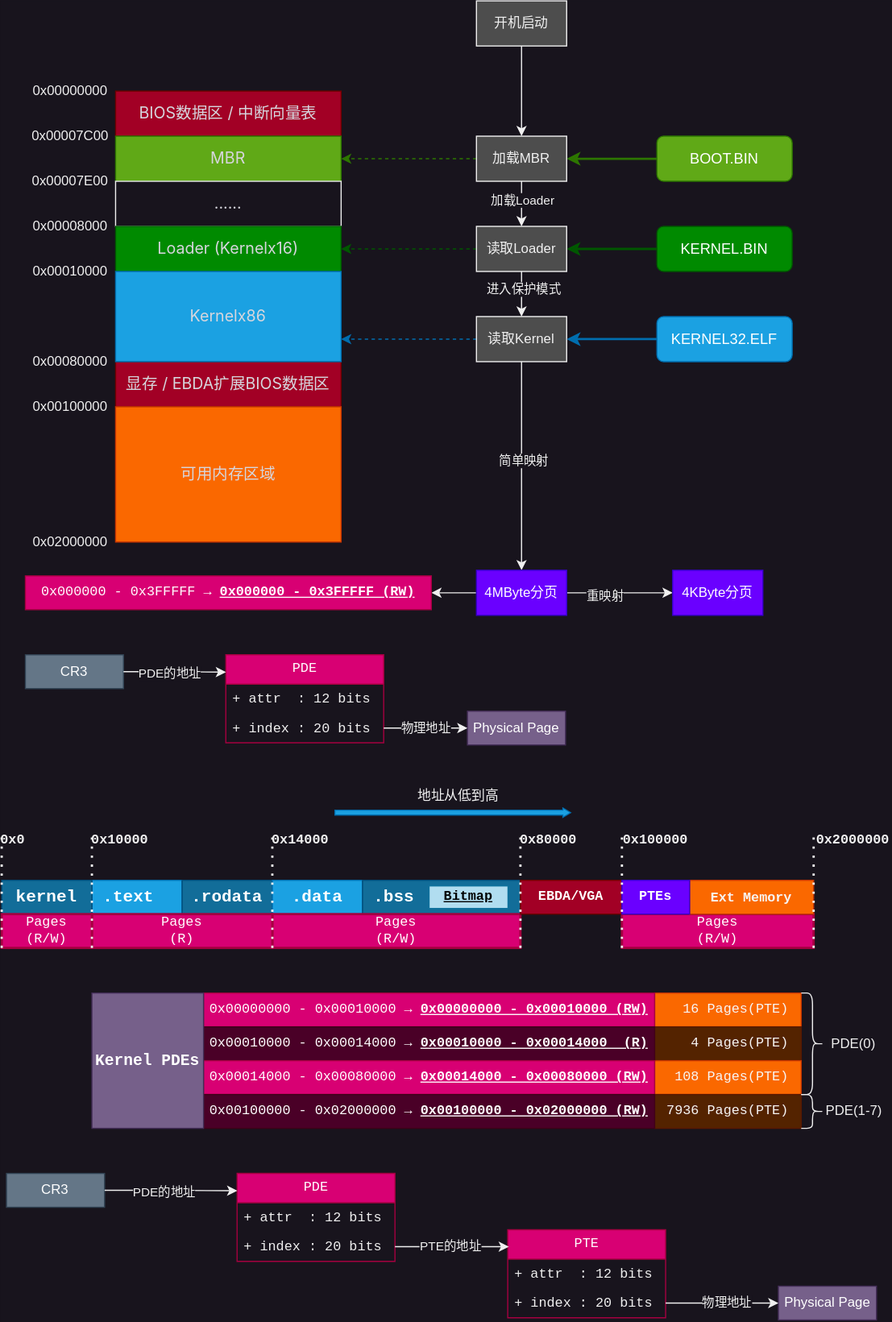
Earlier version of the draw.io export images/内存分页.svg (caoaolong/coding-soul-docs). Source tidied: cells renumbered, new cells last; positions are measured from the earlier drawing's top-left corner, leaving out a move shared by most shapes.
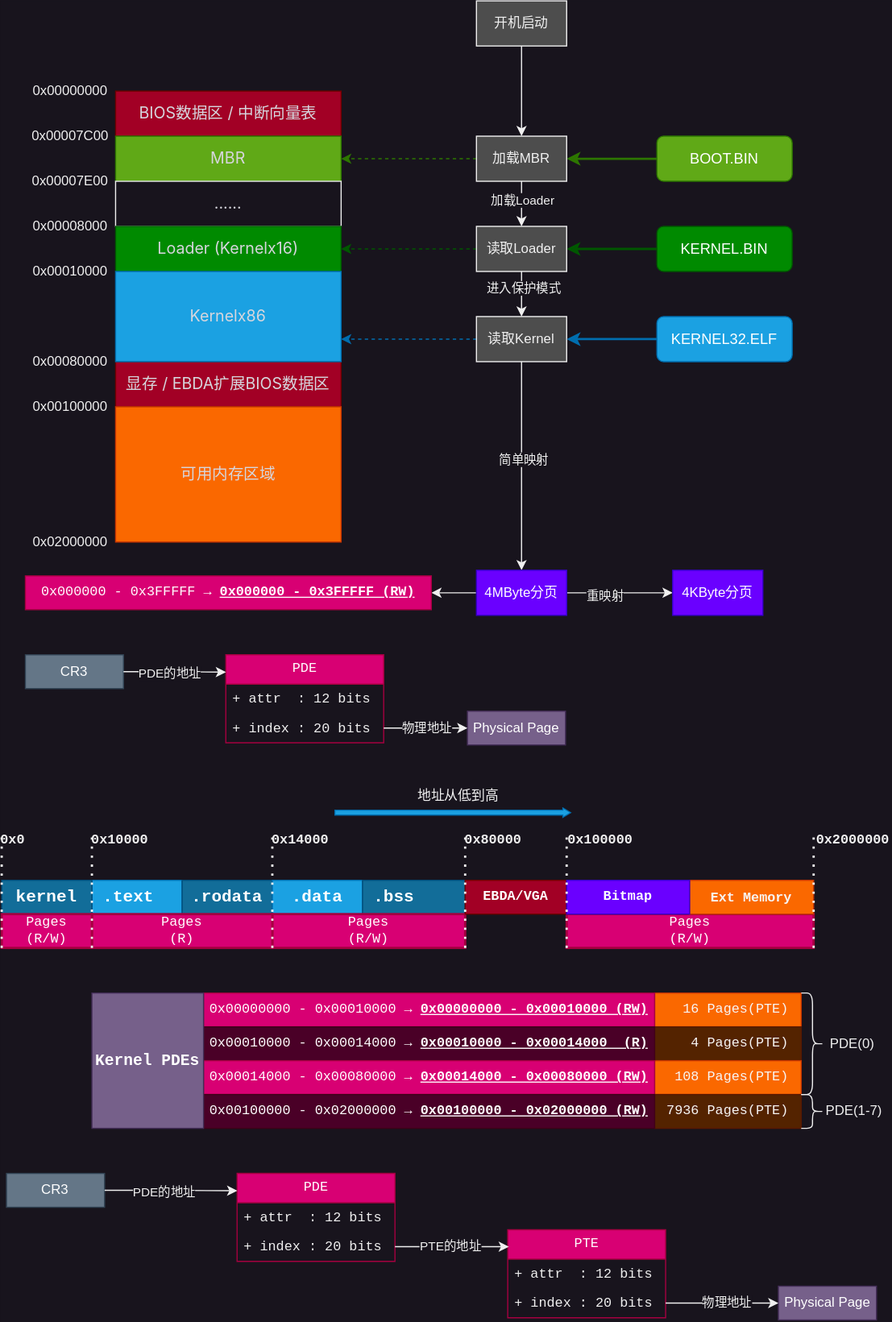
Above is the later version.

Change to the diagram source:
```diff
@@ -3,7 +3,7 @@
     <mxCell id="0" />
     <mxCell id="1" parent="0" />
     <mxCell id="2" value="Pages&lt;div&gt;(&lt;span style=&quot;background-color: initial;&quot;&gt;R/W&lt;/span&gt;&lt;span style=&quot;background-color: initial;&quot;&gt;)&lt;/span&gt;&lt;/div&gt;" style="text;html=1;align=center;verticalAlign=middle;whiteSpace=wrap;rounded=0;fillColor=#d80073;strokeColor=#A50040;fontColor=#ffffff;strokeWidth=2;fontFamily=Courier New;" parent="1" vertex="1">
-      <mxGeometry x="550" y="810" width="170" height="30" as="geometry" />
+      <mxGeometry x="501" y="810" width="219" height="30" as="geometry" />
     </mxCell>
     <mxCell id="3" style="edgeStyle=orthogonalEdgeStyle;rounded=0;jettySize=auto;html=1;entryX=1;entryY=0.5;entryDx=0;entryDy=0;fillColor=#60a917;strokeColor=#2D7600;strokeWidth=2;" parent="1" edge="1" source="4" target="10">
       <mxGeometry relative="1" as="geometry" />
@@ -135,7 +135,7 @@
       <mxGeometry x="240" y="780" width="80" height="30" as="geometry" />
     </mxCell>
     <mxCell id="46" value=".bss" style="rounded=0;whiteSpace=wrap;html=1;fillColor=#126D99;fontColor=#ffffff;strokeColor=#004D7A;fontFamily=Courier New;fontStyle=1;align=left;verticalAlign=middle;fontSize=15;spacingLeft=8;" parent="1" vertex="1">
-      <mxGeometry x="320" y="780" width="140" height="30" as="geometry" />
+      <mxGeometry x="320" y="780" width="91" height="30" as="geometry" />
     </mxCell>
     <mxCell id="47" style="group;" parent="1" vertex="1">
       <mxGeometry x="295" y="690" width="210" height="30" as="geometry" />
@@ -149,9 +149,6 @@
     <mxCell id="49" value="地址从低到高" style="text;html=1;align=center;verticalAlign=middle;whiteSpace=wrap;rounded=0;" parent="47" vertex="1">
       <mxGeometry x="60" width="100" height="30" as="geometry" />
     </mxCell>
-    <mxCell id="50" value="Bitmap" style="rounded=0;whiteSpace=wrap;html=1;fillColor=#b1ddf0;strokeColor=#10739e;fontColor=#000000;fontFamily=Courier New;fontStyle=5;" parent="1" vertex="1">
-      <mxGeometry x="379" y="785" width="70" height="20" as="geometry" />
-    </mxCell>
     <mxCell id="51" value="&lt;font face=&quot;Courier New&quot;&gt;&lt;b&gt;Ext Memory&lt;/b&gt;&lt;/font&gt;" style="rounded=0;whiteSpace=wrap;html=1;fillColor=#fa6800;fontColor=#F7F5F5;strokeColor=#C73500;" parent="1" vertex="1">
       <mxGeometry x="610" y="780" width="110" height="30" as="geometry" />
     </mxCell>
@@ -162,7 +159,7 @@
       <mxGeometry x="80" y="730" width="50" height="30" as="geometry" />
     </mxCell>
     <mxCell id="54" value="Pages&lt;div&gt;(&lt;span style=&quot;background-color: initial;&quot;&gt;R/W&lt;/span&gt;&lt;span style=&quot;background-color: initial;&quot;&gt;)&lt;/span&gt;&lt;/div&gt;" style="text;html=1;align=center;verticalAlign=middle;whiteSpace=wrap;rounded=0;fillColor=#d80073;strokeColor=#A50040;fontColor=#ffffff;strokeWidth=2;fontFamily=Courier New;" parent="1" vertex="1">
-      <mxGeometry x="240" y="810" width="220" height="30" as="geometry" />
+      <mxGeometry x="240" y="810" width="171" height="30" as="geometry" />
     </mxCell>
     <mxCell id="55" value="Pages&lt;div&gt;(R)&lt;/div&gt;" style="text;html=1;align=center;verticalAlign=middle;whiteSpace=wrap;rounded=0;fillColor=#d80073;strokeColor=#A50040;fontColor=#ffffff;strokeWidth=2;fontFamily=Courier New;" parent="1" vertex="1">
       <mxGeometry x="80" y="810" width="160" height="30" as="geometry" />
@@ -192,7 +189,7 @@
       <mxGeometry y="730" width="20" height="30" as="geometry" />
     </mxCell>
     <mxCell id="62" value="&lt;b&gt;0x80000&lt;/b&gt;" style="text;html=1;align=center;verticalAlign=middle;whiteSpace=wrap;rounded=0;fontFamily=Courier New;" parent="1" vertex="1">
-      <mxGeometry x="460" y="730" width="50" height="30" as="geometry" />
+      <mxGeometry x="411" y="730" width="50" height="30" as="geometry" />
     </mxCell>
     <mxCell id="63" style="endArrow=none;dashed=1;html=1;dashPattern=1 3;strokeWidth=2;rounded=0;entryX=0;entryY=0.25;entryDx=0;entryDy=0;exitX=1;exitY=1;exitDx=0;exitDy=0;" parent="1" edge="1">
       <mxGeometry relative="1" as="geometry">
@@ -204,10 +201,10 @@
       <mxGeometry x="720" y="730" width="70" height="30" as="geometry" />
     </mxCell>
     <mxCell id="65" value="EBDA/VGA" style="rounded=0;whiteSpace=wrap;html=1;fillColor=#a20025;fontColor=#ffffff;strokeColor=#6F0000;fontStyle=1;fontFamily=Courier New;" parent="1" vertex="1">
-      <mxGeometry x="460" y="780" width="90" height="30" as="geometry" />
+      <mxGeometry x="411" y="780" width="90" height="30" as="geometry" />
     </mxCell>
     <mxCell id="66" value="&lt;b&gt;0x100000&lt;/b&gt;" style="text;html=1;align=center;verticalAlign=middle;whiteSpace=wrap;rounded=0;fontFamily=Courier New;" parent="1" vertex="1">
-      <mxGeometry x="550" y="730" width="60" height="30" as="geometry" />
+      <mxGeometry x="501" y="730" width="60" height="30" as="geometry" />
     </mxCell>
     <mxCell id="67" value="4KByte分页" style="rounded=0;whiteSpace=wrap;html=1;fillColor=#6a00ff;fontColor=#ffffff;strokeColor=#3700CC;" parent="1" vertex="1">
       <mxGeometry x="595" y="505" width="80" height="40" as="geometry" />
@@ -242,19 +239,19 @@
     <mxCell id="77" value="&lt;font style=&quot;font-size: 14px;&quot; face=&quot;Courier New&quot;&gt;&lt;b&gt;Kernel&amp;nbsp;&lt;span style=&quot;background-color: initial;&quot;&gt;PDEs&lt;/span&gt;&lt;/b&gt;&lt;/font&gt;" style="rounded=0;whiteSpace=wrap;html=1;fillColor=#76608a;fontColor=#ffffff;strokeColor=#432D57;" parent="1" vertex="1">
       <mxGeometry x="80" y="880" width="99" height="120" as="geometry" />
     </mxCell>
-    <mxCell id="78" value="PTEs" style="rounded=0;whiteSpace=wrap;html=1;fillColor=#6a00ff;fontColor=#ffffff;strokeColor=#3700CC;fontStyle=1;fontFamily=Courier New;" parent="1" vertex="1">
-      <mxGeometry x="550" y="780" width="60" height="30" as="geometry" />
+    <mxCell id="78" value="Bitmap" style="rounded=0;whiteSpace=wrap;html=1;fillColor=#6a00ff;fontColor=#ffffff;strokeColor=#3700CC;fontStyle=1;fontFamily=Courier New;" parent="1" vertex="1">
+      <mxGeometry x="501" y="780" width="109" height="30" as="geometry" />
     </mxCell>
     <mxCell id="79" style="endArrow=none;dashed=1;html=1;dashPattern=1 3;strokeWidth=2;rounded=0;entryX=0;entryY=0.25;entryDx=0;entryDy=0;exitX=1;exitY=1;exitDx=0;exitDy=0;" parent="1" edge="1">
       <mxGeometry relative="1" as="geometry">
-        <mxPoint x="550" y="840" as="sourcePoint" />
-        <mxPoint x="550" y="738" as="targetPoint" />
+        <mxPoint x="501" y="840" as="sourcePoint" />
+        <mxPoint x="501" y="738" as="targetPoint" />
       </mxGeometry>
     </mxCell>
     <mxCell id="80" style="endArrow=none;dashed=1;html=1;dashPattern=1 3;strokeWidth=2;rounded=0;entryX=0;entryY=0.25;entryDx=0;entryDy=0;exitX=1;exitY=1;exitDx=0;exitDy=0;" parent="1" edge="1">
       <mxGeometry relative="1" as="geometry">
-        <mxPoint x="460" y="840" as="sourcePoint" />
-        <mxPoint x="460" y="738" as="targetPoint" />
+        <mxPoint x="411" y="840" as="sourcePoint" />
+        <mxPoint x="411" y="738" as="targetPoint" />
       </mxGeometry>
     </mxCell>
     <mxCell id="81" style="group;" parent="1" vertex="1">
```
